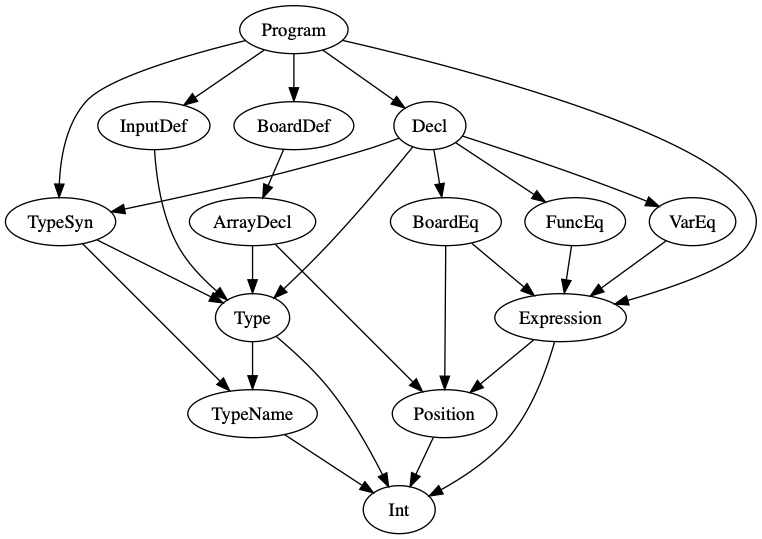
Before: conceptlattice_1.png, a diagram exported from Graphviz (montymxb/ProgramConceptClassifier). Its source is kept beside it as conceptlattice_1.gv.
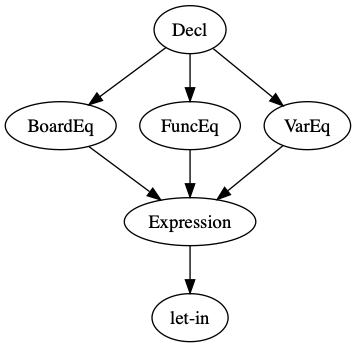
The same file after the commit.

Diff of the diagram source:
```diff
@@ -1,43 +1,16 @@
-digraph G {
-Int [label="Int"];
-TypeName [label="TypeName"];
-ArrayDecl [label="ArrayDecl"];
-BoardDef [label="BoardDef"];
+strict digraph G {
 BoardEq [label="BoardEq"];
 Decl [label="Decl"];
 Expression [label="Expression"];
 FuncEq [label="FuncEq"];
-InputDef [label="InputDef"];
-Position [label="Position"];
-Program [label="Program"];
-Type [label="Type"];
-TypeSyn [label="TypeSyn"];
 VarEq [label="VarEq"];
-TypeName -> Int;
-ArrayDecl -> Position;
-ArrayDecl -> Type;
-BoardDef -> ArrayDecl;
+letMinussin [label="let-in"];
 BoardEq -> Expression;
-BoardEq -> Position;
 Decl -> BoardEq;
 Decl -> FuncEq;
-Decl -> Type;
-Decl -> TypeSyn;
 Decl -> VarEq;
-Expression -> Int;
-Expression -> Position;
+Expression -> letMinussin;
 FuncEq -> Expression;
-InputDef -> Type;
-Position -> Int;
-Program -> BoardDef;
-Program -> Decl;
-Program -> Expression;
-Program -> InputDef;
-Program -> TypeSyn;
-Type -> Int;
-Type -> TypeName;
-TypeSyn -> TypeName;
-TypeSyn -> Type;
 VarEq -> Expression;
 
 }
```
